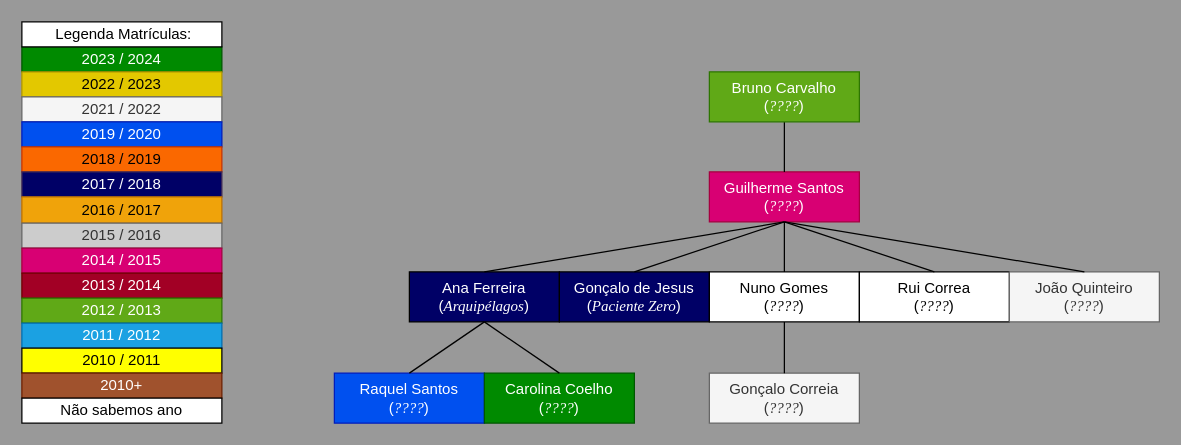
Above: Draw.io/Familia_do_Guilherme_Santos.drawio in pdmtmr/PDMTMRTESTLOCATION-AKA-ARBUSTO (draw.io), before the change. Source tidied: cells renumbered, new cells numbered last; positions are measured from the earlier drawing's top-left corner, leaving out a move shared by most shapes. Both pictures are drawn from the tidied source at 125%, with x=0, y=0 at pixel (21, 21).
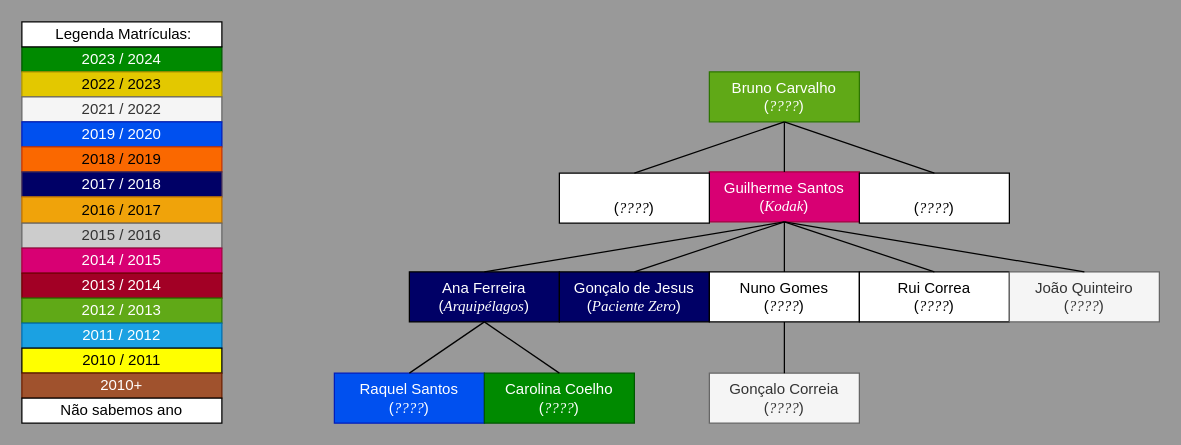
The same page after the edit.

Commit message (it also covers changes not shown here):
Added G. Pintassilgo and Brothers Kodak with new name

Unchanged cells that the change refers to:
```xml
<mxCell id="36" value="&lt;div&gt;&lt;span style=&quot;background-color: initial;&quot;&gt;Bruno Carvalho&lt;/span&gt;&lt;/div&gt;&lt;div&gt;&lt;span style=&quot;background-color: initial;&quot;&gt;(&lt;/span&gt;&lt;i style=&quot;background-color: initial;&quot;&gt;&lt;font face=&quot;Times New Roman&quot;&gt;????&lt;/font&gt;&lt;/i&gt;&lt;span style=&quot;background-color: initial;&quot;&gt;)&lt;/span&gt;&lt;/div&gt;" style="rounded=0;whiteSpace=wrap;html=1;fillColor=#60a917;fontColor=#ffffff;strokeColor=#2D7600;" parent="1" vertex="1">
  <mxGeometry x="550" y="40" width="120" height="40" as="geometry" />
</mxCell>
```

What changed in the source:
```diff
@@
-    <mxCell id="18" value="&lt;div&gt;Guilherme Santos&lt;/div&gt;&lt;div&gt;&lt;span style=&quot;background-color: initial;&quot;&gt;(&lt;/span&gt;&lt;i style=&quot;background-color: initial;&quot;&gt;&lt;font face=&quot;Times New Roman&quot;&gt;????&lt;/font&gt;&lt;/i&gt;&lt;span style=&quot;background-color: initial;&quot;&gt;)&lt;/span&gt;&lt;/div&gt;" style="rounded=0;whiteSpace=wrap;html=1;fillColor=#d80073;fontColor=#ffffff;strokeColor=#A50040;" parent="1" vertex="1">
+    <mxCell id="18" value="&lt;div&gt;Guilherme Santos&lt;/div&gt;&lt;div&gt;&lt;span style=&quot;background-color: initial;&quot;&gt;(&lt;font face=&quot;Times New Roman&quot;&gt;&lt;i&gt;Kodak&lt;/i&gt;&lt;/font&gt;&lt;/span&gt;&lt;span style=&quot;background-color: initial;&quot;&gt;)&lt;/span&gt;&lt;/div&gt;" style="rounded=0;whiteSpace=wrap;html=1;fillColor=#d80073;fontColor=#ffffff;strokeColor=#A50040;" parent="1" vertex="1">
       <mxGeometry x="550" y="120" width="120" height="40" as="geometry" />
     </mxCell>
@@
+    <mxCell id="37" value="&lt;div&gt;&lt;br&gt;&lt;/div&gt;&lt;div&gt;&lt;span style=&quot;background-color: initial;&quot;&gt;(&lt;/span&gt;&lt;i style=&quot;background-color: initial;&quot;&gt;&lt;font face=&quot;Times New Roman&quot;&gt;????&lt;/font&gt;&lt;/i&gt;&lt;span style=&quot;background-color: initial;&quot;&gt;)&lt;/span&gt;&lt;/div&gt;" style="rounded=0;whiteSpace=wrap;html=1;" parent="1" vertex="1">
+      <mxGeometry x="670" y="121" width="120" height="40" as="geometry" />
+    </mxCell>
+    <mxCell id="38" value="&lt;div&gt;&lt;br&gt;&lt;/div&gt;&lt;div&gt;&lt;span style=&quot;background-color: initial;&quot;&gt;(&lt;/span&gt;&lt;i style=&quot;background-color: initial;&quot;&gt;&lt;font face=&quot;Times New Roman&quot;&gt;????&lt;/font&gt;&lt;/i&gt;&lt;span style=&quot;background-color: initial;&quot;&gt;)&lt;/span&gt;&lt;/div&gt;" style="rounded=0;whiteSpace=wrap;html=1;" parent="1" vertex="1">
+      <mxGeometry x="430" y="121" width="120" height="40" as="geometry" />
+    </mxCell>
+    <mxCell id="39" style="endArrow=none;html=1;fontColor=#FFFFFF;exitX=0.5;exitY=1;exitDx=0;exitDy=0;entryX=0.5;entryY=0;entryDx=0;entryDy=0;" parent="1" edge="1" source="36" target="38">
+      <mxGeometry relative="1" as="geometry" />
+    </mxCell>
+    <mxCell id="40" style="endArrow=none;html=1;fontColor=#FFFFFF;exitX=0.5;exitY=1;exitDx=0;exitDy=0;entryX=0.5;entryY=0;entryDx=0;entryDy=0;" parent="1" edge="1" source="36" target="37">
+      <mxGeometry relative="1" as="geometry" />
+    </mxCell>
```
